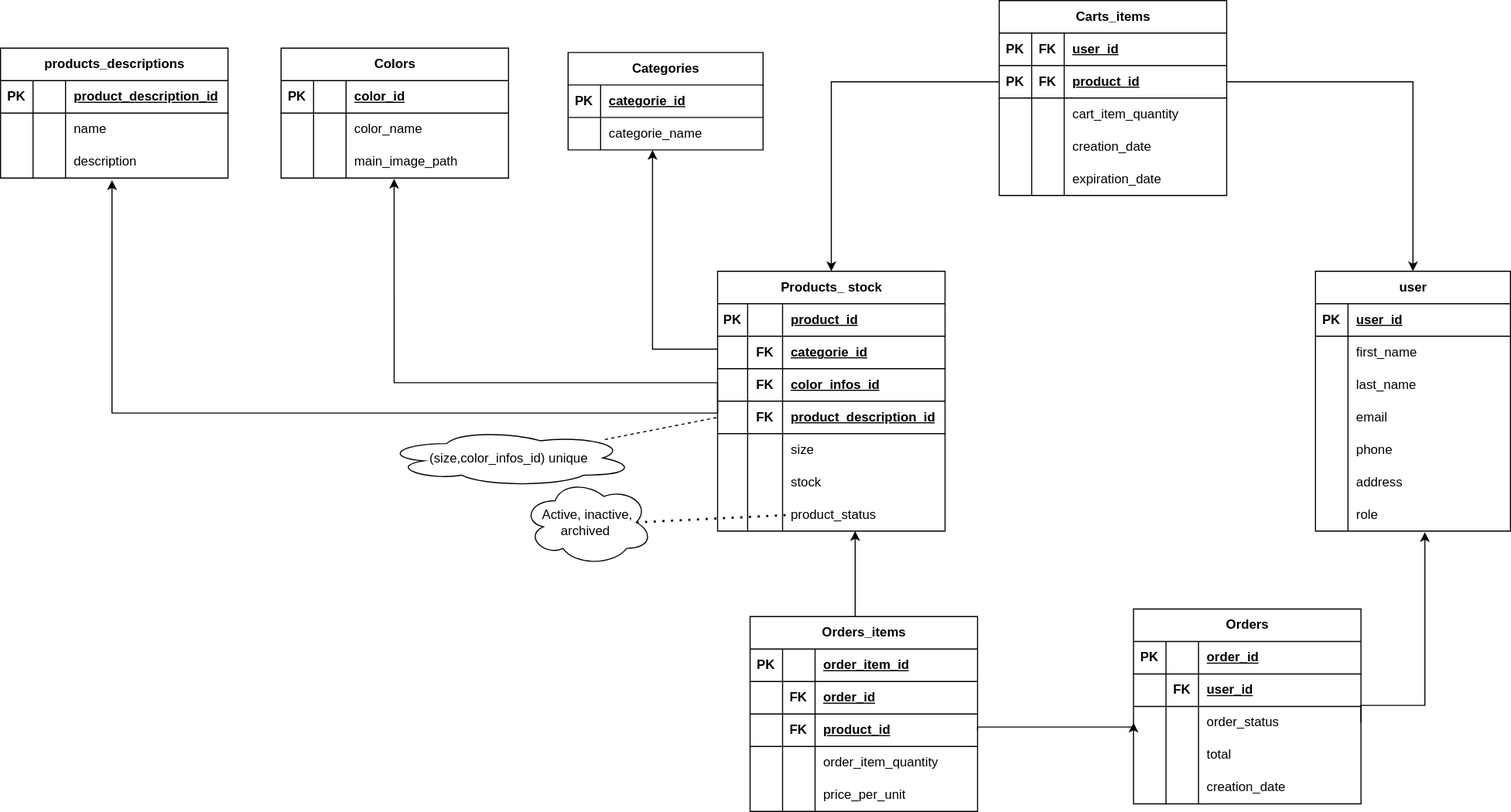
Above: documentation/db_dessign/EntityRelationship.svg in Skyydiv/simple_e_commerce (draw.io), before the change. Source tidied: cells renumbered, new cells last; positions are measured from the earlier drawing's top-left corner, leaving out a move shared by most shapes.
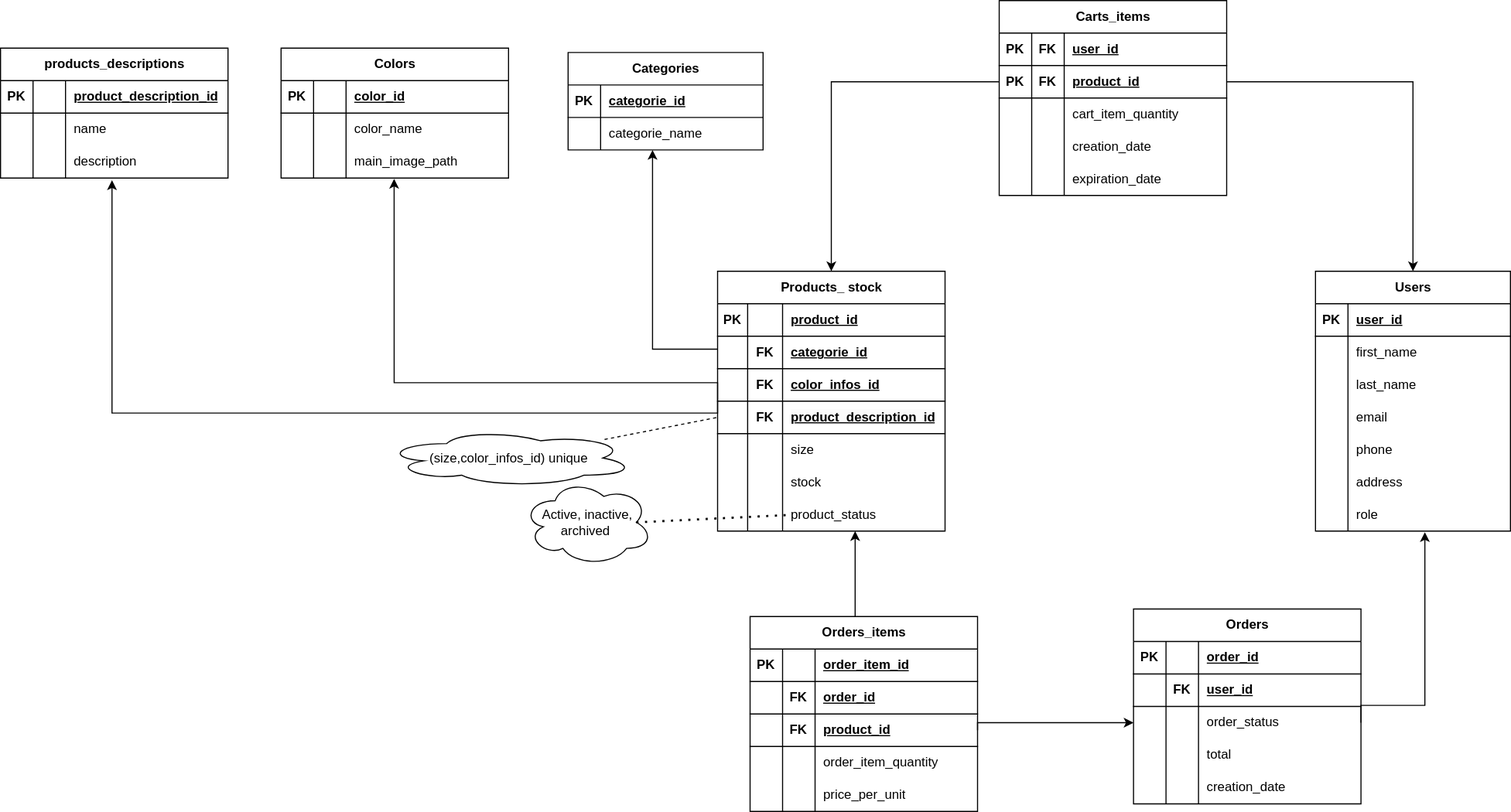
Above is the later version.

Commit message:
User table creation with user entity

The edit, as a diff of the source:
```diff
@@ -89,7 +89,7 @@
     <mxCell id="30" value="product_status" style="shape=partialRectangle;fillColor=none;top=0;left=0;bottom=0;right=0;align=left;spacingLeft=6;overflow=hidden;whiteSpace=wrap;html=1;" parent="27" vertex="1">
       <mxGeometry x="60" width="150" height="30" as="geometry" />
     </mxCell>
-    <mxCell id="31" value="user" style="shape=table;startSize=30;rowLines=0;fontStyle=1;align=center;html=1;" parent="1" vertex="1">
+    <mxCell id="31" value="Users" style="shape=table;startSize=30;rowLines=0;fontStyle=1;align=center;html=1;" parent="1" vertex="1">
       <mxGeometry x="1214" y="250" width="180" height="240" as="geometry" />
     </mxCell>
     <mxCell id="32" style="shape=tableRow;horizontal=0;startSize=0;swimlaneHead=0;swimlaneBody=0;fillColor=none;top=0;left=0;right=0;bottom=1;" parent="31" vertex="1">
@@ -386,7 +386,11 @@
       </mxGeometry>
     </mxCell>
     <mxCell id="127" style="edgeStyle=elbowEdgeStyle;rounded=0;jettySize=auto;html=1;entryX=0;entryY=0.5;entryDx=0;entryDy=0;elbow=vertical;exitX=1;exitY=0.5;exitDx=0;exitDy=0;" parent="1" edge="1" source="92" target="113">
-      <mxGeometry relative="1" as="geometry" />
+      <mxGeometry relative="1" as="geometry">
+        <Array as="points">
+          <mxPoint x="972" y="667" />
+        </Array>
+      </mxGeometry>
     </mxCell>
     <mxCell id="128" value="Active, inactive, archived&amp;nbsp;" style="ellipse;shape=cloud;whiteSpace=wrap;html=1;" parent="1" vertex="1">
       <mxGeometry x="482" y="442" width="120" height="80" as="geometry" />
```
